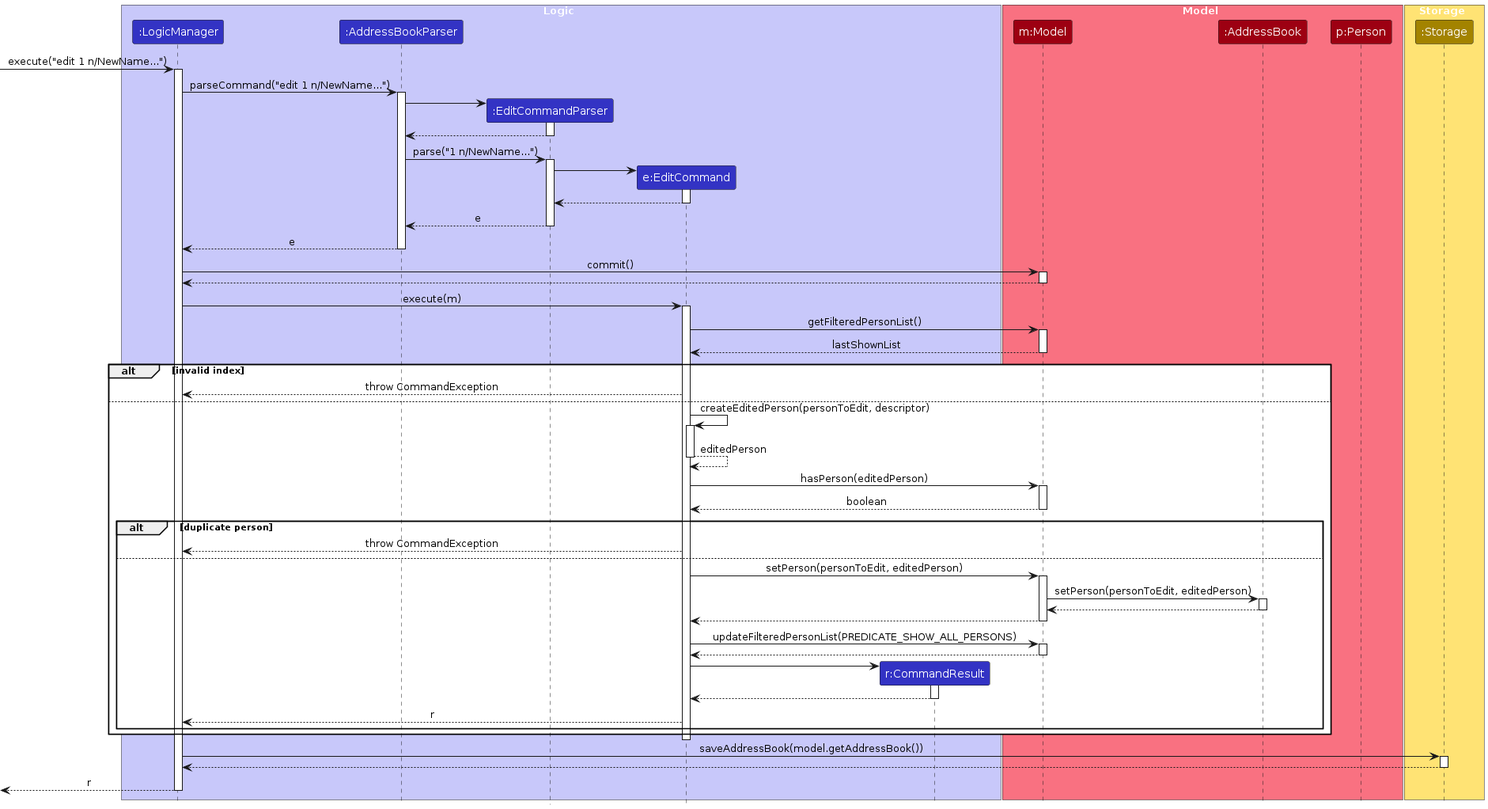
AY2526S1-CS2103T-T10-3/tp keeps this PlantUML diagram as diagrams/EditSequenceDiagram.png. Above is the earlier version. Its source is kept beside it as diagrams/EditSequenceDiagram.puml. Source of this version:
```plantuml
@startuml
!include style.puml
skinparam ArrowFontStyle plain

box Logic LOGIC_COLOR_T1
participant ":LogicManager" as LogicManager LOGIC_COLOR
participant ":AddressBookParser" as AddressBookParser LOGIC_COLOR
participant ":EditCommandParser" as EditCommandParser LOGIC_COLOR
participant "e:EditCommand" as EditCommand LOGIC_COLOR
participant "r:CommandResult" as CommandResult LOGIC_COLOR
end box

box Model MODEL_COLOR_T1
participant "m:Model" as Model MODEL_COLOR
participant ":AddressBook" as AddressBook MODEL_COLOR
participant "p:Person" as Person MODEL_COLOR
end box

box Storage STORAGE_COLOR_T1
participant ":Storage" as Storage STORAGE_COLOR
end box

[-> LogicManager : execute("edit 1 n/NewName...")
activate LogicManager

LogicManager -> AddressBookParser : parseCommand("edit 1 n/NewName...")
activate AddressBookParser

create EditCommandParser
AddressBookParser -> EditCommandParser
activate EditCommandParser

EditCommandParser --> AddressBookParser
deactivate EditCommandParser

AddressBookParser -> EditCommandParser : parse("1 n/NewName...")
activate EditCommandParser

create EditCommand
EditCommandParser -> EditCommand
activate EditCommand

EditCommand --> EditCommandParser
deactivate EditCommand

EditCommandParser --> AddressBookParser : e
deactivate EditCommandParser

AddressBookParser --> LogicManager : e
deactivate AddressBookParser

LogicManager -> Model : commit()
activate Model
Model --> LogicManager
deactivate Model

LogicManager -> EditCommand : execute(m)
activate EditCommand

EditCommand -> Model : getFilteredPersonList()
activate Model
Model --> EditCommand : lastShownList
deactivate Model

alt invalid index
    EditCommand --> LogicManager : throw CommandException
else
    EditCommand -> EditCommand : createEditedPerson(personToEdit, descriptor)
    activate EditCommand

    EditCommand --> EditCommand : editedPerson
    deactivate EditCommand

    EditCommand -> Model : hasPerson(editedPerson)
    activate Model
    Model --> EditCommand : boolean
    deactivate Model

    alt duplicate person
        EditCommand --> LogicManager : throw CommandException
    else
        EditCommand -> Model : setPerson(personToEdit, editedPerson)
        activate Model

        Model -> AddressBook : setPerson(personToEdit, editedPerson)
        activate AddressBook

        AddressBook --> Model
        deactivate AddressBook

        Model --> EditCommand
        deactivate Model

        EditCommand -> Model : updateFilteredPersonList(PREDICATE_SHOW_ALL_PERSONS)
        activate Model
        Model --> EditCommand
        deactivate Model

        create CommandResult
        EditCommand -> CommandResult
        activate CommandResult

        CommandResult --> EditCommand
        deactivate CommandResult

        EditCommand --> LogicManager : r
    end
end

deactivate EditCommand

LogicManager -> Storage : saveAddressBook(model.getAddressBook())
activate Storage
Storage --> LogicManager
deactivate Storage

[<--LogicManager : r
deactivate LogicManager
@enduml
```
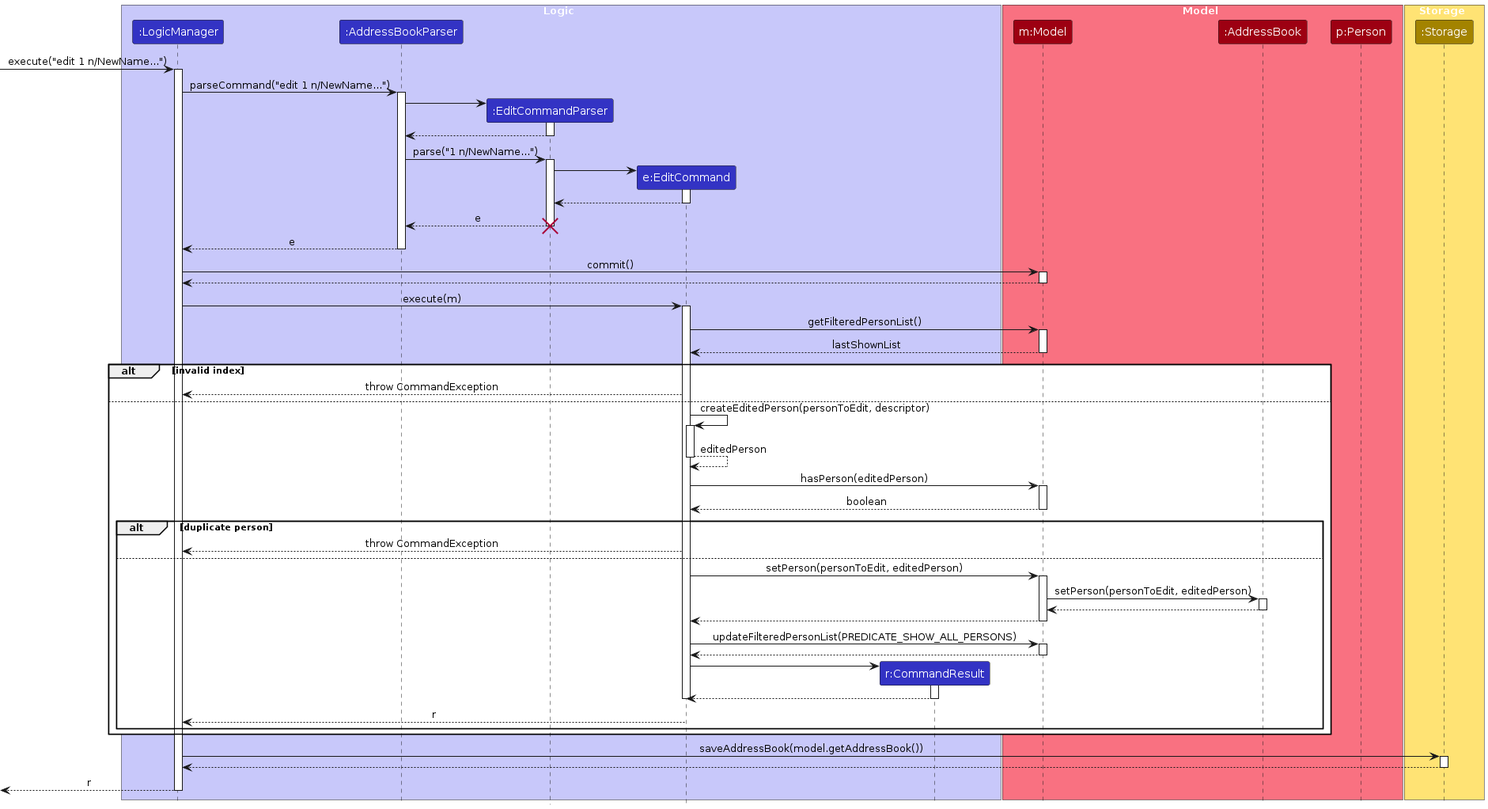
Later version of the same file.

What changed in the source:
```diff
@@ -45,6 +45,8 @@
 
 EditCommandParser --> AddressBookParser : e
 deactivate EditCommandParser
+
+destroy EditCommandParser
 
 AddressBookParser --> LogicManager : e
 deactivate AddressBookParser
@@ -103,11 +105,12 @@
         CommandResult --> EditCommand
         deactivate CommandResult
 
+        deactivate EditCommand
         EditCommand --> LogicManager : r
     end
 end
 
-deactivate EditCommand
+
 
 LogicManager -> Storage : saveAddressBook(model.getAddressBook())
 activate Storage
```
